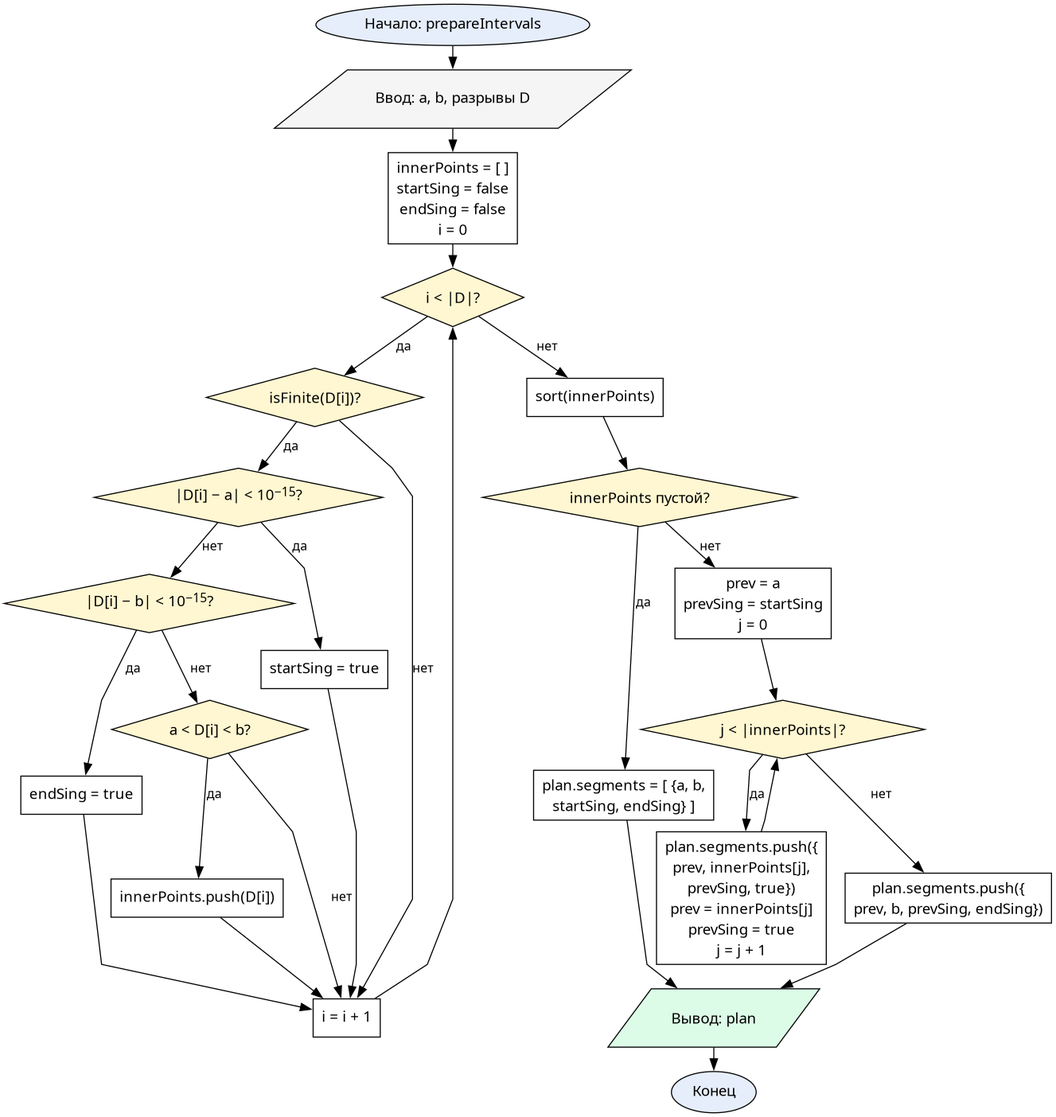
This is doc/resources/flowcharts/prepare_intervals.png from Oriptal/calc-math-lab2, a Graphviz export, as it was before one commit. Its source is kept beside it as doc/resources/flowcharts/prepare_intervals.dot. Source of this version:
```dot
digraph PrepareIntervals {
  graph [fontname="CMU Serif", rankdir=TB, nodesep=0.25, ranksep=0.3, splines=polyline]
  node  [fontname="CMU Serif", fontsize=14, style="filled", fillcolor="#ffffff", color="#000000"]
  edge  [fontname="CMU Serif", fontsize=12, color="#000000"]

  start [label="Начало: prepareIntervals", shape=oval, fillcolor="#e6eefc"]
  input [label="Ввод: a, b, разрывы D", shape=parallelogram, fillcolor="#f5f5f5"]
  init  [label=<innerPoints = [ ]<BR/>startSing = false<BR/>endSing = false<BR/>i = 0>, shape=box]

  loopD    [label=<i &lt; |D|?>, shape=diamond, fillcolor="#fff7d1"]
  fin      [label=<isFinite(D[i])?>, shape=diamond, fillcolor="#fff7d1"]
  isStart  [label=<|D[i] − a| &lt; 10<SUP>−15</SUP>?>, shape=diamond, fillcolor="#fff7d1"]
  setStart [label="startSing = true", shape=box]
  isEnd    [label=<|D[i] − b| &lt; 10<SUP>−15</SUP>?>, shape=diamond, fillcolor="#fff7d1"]
  setEnd   [label="endSing = true", shape=box]
  isInner  [label=<a &lt; D[i] &lt; b?>, shape=diamond, fillcolor="#fff7d1"]
  pushInn  [label="innerPoints.push(D[i])", shape=box]
  incrI    [label="i = i + 1", shape=box]

  sortInn  [label="sort(innerPoints)", shape=box]
  hasInn   [label=<innerPoints пустой?>, shape=diamond, fillcolor="#fff7d1"]

  oneSeg   [label=<plan.segments = [ {a, b,<BR/>startSing, endSing} ]>, shape=box]

  initSplit [label=<prev = a<BR/>prevSing = startSing<BR/>j = 0>, shape=box]
  loopInner [label=<j &lt; |innerPoints|?>, shape=diamond, fillcolor="#fff7d1"]
  pushSeg   [label=<plan.segments.push({<BR/>prev, innerPoints[j],<BR/>prevSing, true})<BR/>prev = innerPoints[j]<BR/>prevSing = true<BR/>j = j + 1>, shape=box]
  pushTail  [label=<plan.segments.push({<BR/>prev, b, prevSing, endSing})>, shape=box]

  ret  [label=<Вывод: plan>, shape=parallelogram, fillcolor="#dcfce7"]
  stop [label="Конец", shape=oval, fillcolor="#e6eefc"]

  start -> input -> init -> loopD
  loopD -> sortInn [label="нет"]
  loopD -> fin [label="да"]
  fin -> incrI [label="нет"]
  fin -> isStart [label="да"]
  isStart -> setStart [label="да"]
  setStart -> incrI
  isStart -> isEnd [label="нет"]
  isEnd -> setEnd [label="да"]
  setEnd -> incrI
  isEnd -> isInner [label="нет"]
  isInner -> pushInn [label="да"]
  pushInn -> incrI
  isInner -> incrI [label="нет"]
  incrI -> loopD

  sortInn -> hasInn
  hasInn -> oneSeg [label="да"]
  oneSeg -> ret
  hasInn -> initSplit [label="нет"]
  initSplit -> loopInner
  loopInner -> pushSeg [label="да"]
  pushSeg -> loopInner
  loopInner -> pushTail [label="нет"]
  pushTail -> ret
  ret -> stop
}
```
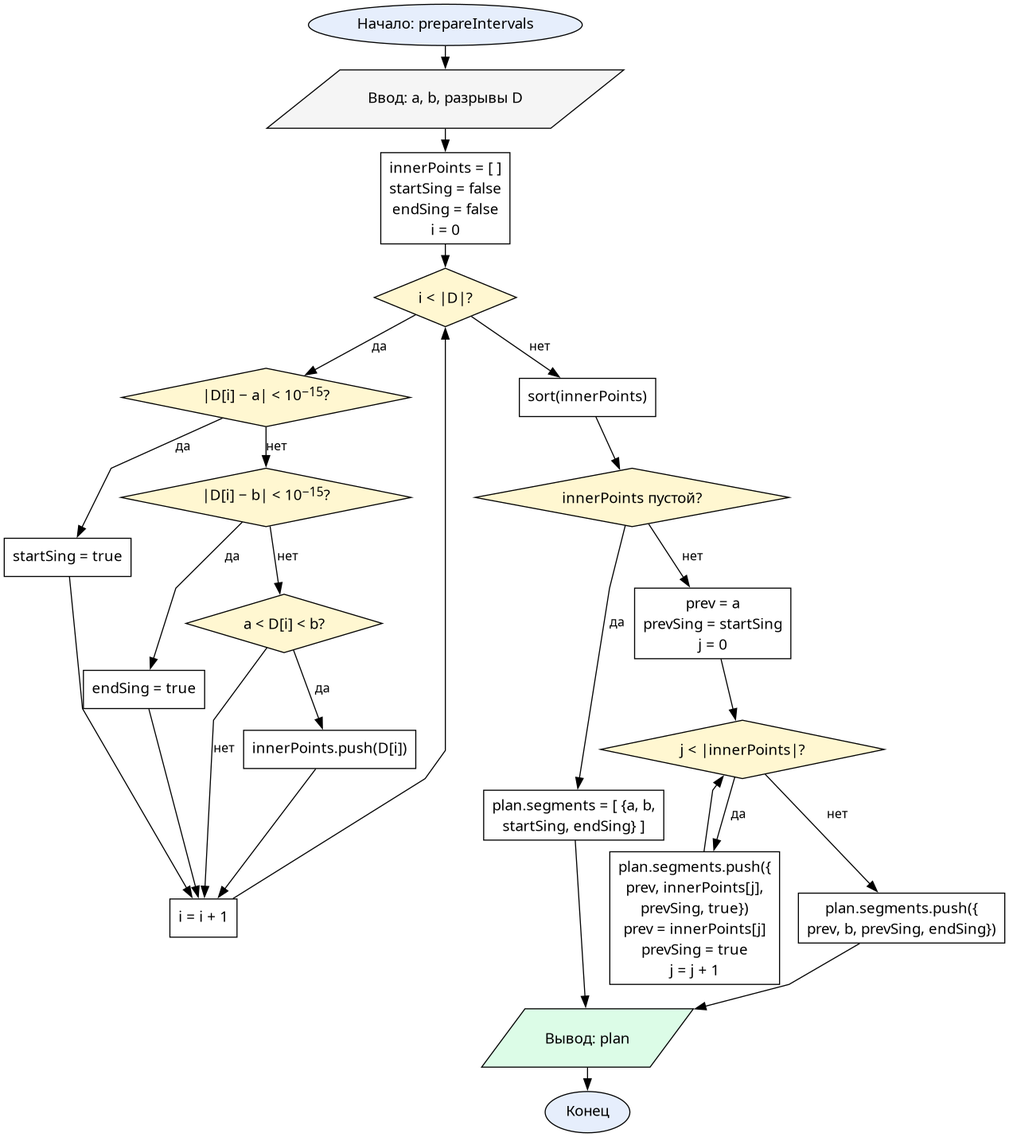
After the change.

Commit message:
chore(calc): drop isFinite paranoia in prepareIntervals

Change to the diagram source:
```diff
@@ -8,7 +8,6 @@
   init  [label=<innerPoints = [ ]<BR/>startSing = false<BR/>endSing = false<BR/>i = 0>, shape=box]
 
   loopD    [label=<i &lt; |D|?>, shape=diamond, fillcolor="#fff7d1"]
-  fin      [label=<isFinite(D[i])?>, shape=diamond, fillcolor="#fff7d1"]
   isStart  [label=<|D[i] − a| &lt; 10<SUP>−15</SUP>?>, shape=diamond, fillcolor="#fff7d1"]
   setStart [label="startSing = true", shape=box]
   isEnd    [label=<|D[i] − b| &lt; 10<SUP>−15</SUP>?>, shape=diamond, fillcolor="#fff7d1"]
@@ -32,9 +31,7 @@
 
   start -> input -> init -> loopD
   loopD -> sortInn [label="нет"]
-  loopD -> fin [label="да"]
-  fin -> incrI [label="нет"]
-  fin -> isStart [label="да"]
+  loopD -> isStart [label="да"]
   isStart -> setStart [label="да"]
   setStart -> incrI
   isStart -> isEnd [label="нет"]
```
